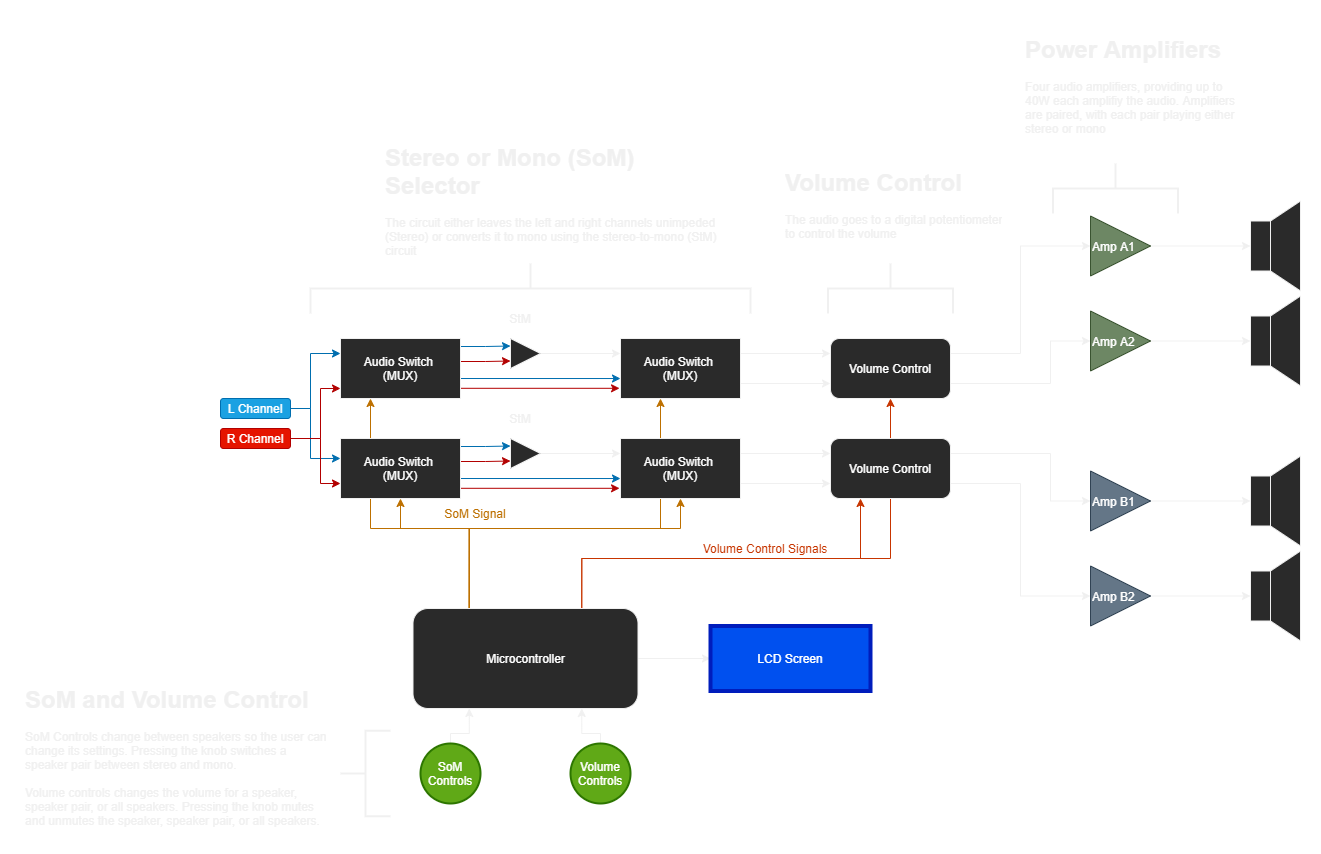
This is Audio Amplifier.png from zlaast/Audio-Amplifier, a draw.io export, as it was before one commit. Source tidied: cells renumbered, new cells last; positions are measured from the earlier drawing's top-left corner, leaving out a move shared by most shapes.
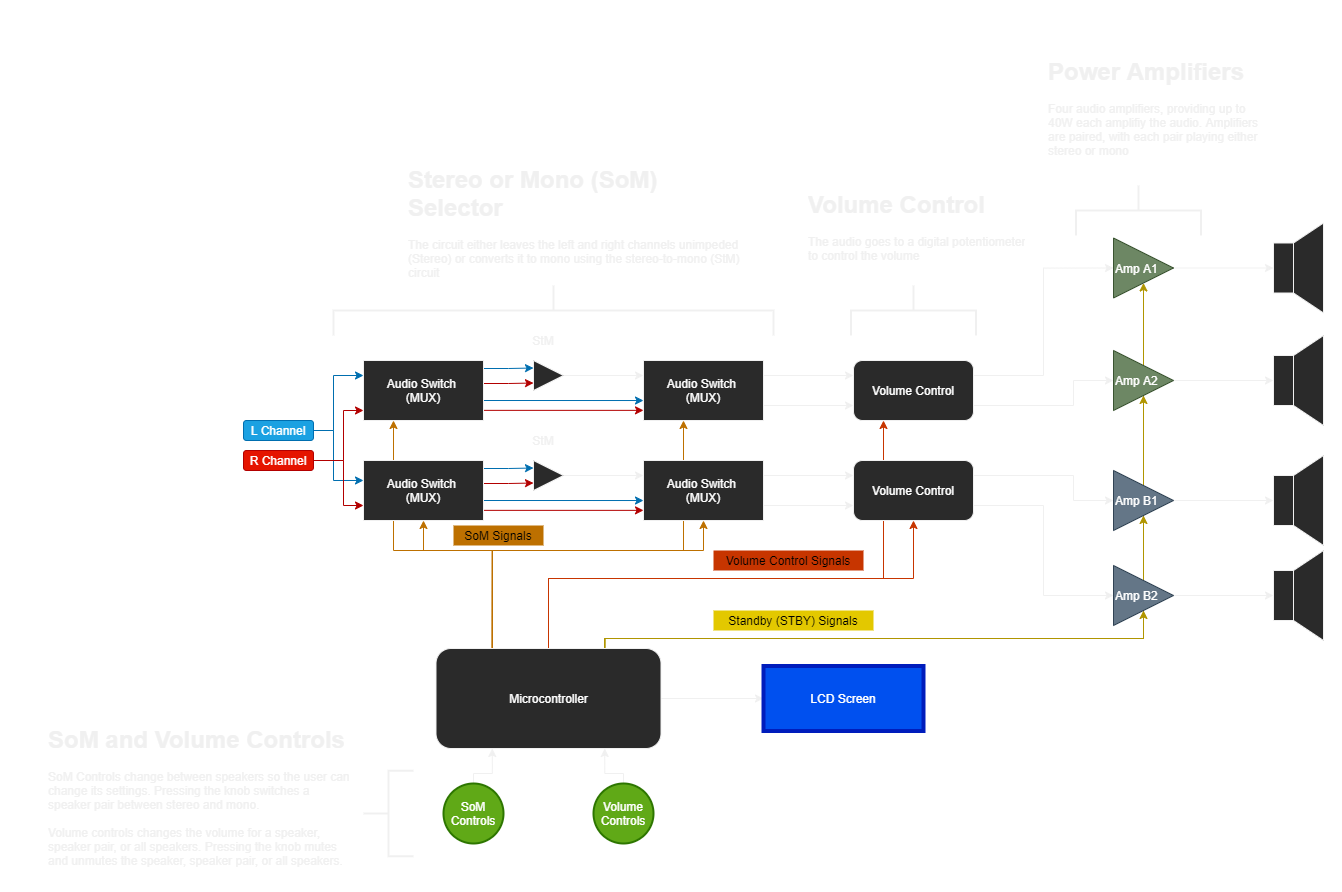
After the commit.

Change to the diagram source:
```diff
@@ -2,6 +2,30 @@
   <root>
     <mxCell id="0" />
     <mxCell id="1" parent="0" />
+    <mxCell id="75" style="edgeStyle=orthogonalEdgeStyle;rounded=0;jettySize=auto;html=1;exitX=0.75;exitY=0;exitDx=0;exitDy=0;entryX=0.5;entryY=1;entryDx=0;entryDy=0;fillColor=#e3c800;strokeColor=#B09500;" parent="1" edge="1" source="33" target="51">
+      <mxGeometry relative="1" as="geometry">
+        <Array as="points">
+          <mxPoint x="561" y="586" />
+          <mxPoint x="1100" y="586" />
+        </Array>
+      </mxGeometry>
+    </mxCell>
+    <mxCell id="76" style="edgeStyle=orthogonalEdgeStyle;rounded=0;jettySize=auto;html=1;exitX=0.75;exitY=0;exitDx=0;exitDy=0;fillColor=#e3c800;strokeColor=#B09500;" parent="1" edge="1" source="33" target="49">
+      <mxGeometry relative="1" as="geometry">
+        <Array as="points">
+          <mxPoint x="561" y="586" />
+          <mxPoint x="1100" y="586" />
+        </Array>
+      </mxGeometry>
+    </mxCell>
+    <mxCell id="77" style="edgeStyle=orthogonalEdgeStyle;rounded=0;jettySize=auto;html=1;exitX=0.75;exitY=0;exitDx=0;exitDy=0;fillColor=#e3c800;strokeColor=#B09500;" parent="1" edge="1" source="33" target="47">
+      <mxGeometry relative="1" as="geometry">
+        <Array as="points">
+          <mxPoint x="561" y="586" />
+          <mxPoint x="1100" y="586" />
+        </Array>
+      </mxGeometry>
+    </mxCell>
     <mxCell id="2" style="edgeStyle=orthogonalEdgeStyle;rounded=0;jettySize=auto;html=1;exitX=1;exitY=0.5;exitDx=0;exitDy=0;fillColor=#1ba1e2;strokeColor=#006EAF;entryX=0;entryY=0.25;entryDx=0;entryDy=0;" parent="1" edge="1" source="4" target="12">
       <mxGeometry relative="1" as="geometry">
         <Array as="points">
@@ -167,27 +191,35 @@
         </Array>
       </mxGeometry>
     </mxCell>
+    <mxCell id="32" style="edgeStyle=orthogonalEdgeStyle;rounded=0;jettySize=auto;html=1;exitX=1;exitY=0.5;exitDx=0;exitDy=0;entryX=0;entryY=0.5;entryDx=0;entryDy=0;fontColor=#FFFFFF;" parent="1" edge="1" source="33" target="62">
+      <mxGeometry relative="1" as="geometry" />
+    </mxCell>
+    <mxCell id="78" style="edgeStyle=orthogonalEdgeStyle;rounded=0;jettySize=auto;html=1;exitX=0.75;exitY=0;exitDx=0;exitDy=0;entryX=0.5;entryY=1;entryDx=0;entryDy=0;fillColor=#e3c800;strokeColor=#B09500;" parent="1" edge="1" source="33" target="53">
+      <mxGeometry relative="1" as="geometry">
+        <Array as="points">
+          <mxPoint x="561" y="586" />
+          <mxPoint x="1100" y="586" />
+        </Array>
+      </mxGeometry>
+    </mxCell>
+    <mxCell id="31" style="edgeStyle=orthogonalEdgeStyle;rounded=0;jettySize=auto;html=1;exitX=0.5;exitY=0;exitDx=0;exitDy=0;entryX=0.25;entryY=1;entryDx=0;entryDy=0;fillColor=#fa6800;strokeColor=#C73500;" parent="1" edge="1" source="33" target="45">
+      <mxGeometry relative="1" as="geometry">
+        <Array as="points">
+          <mxPoint x="505" y="526" />
+          <mxPoint x="840" y="526" />
+        </Array>
+      </mxGeometry>
+    </mxCell>
-    <mxCell id="30" style="edgeStyle=orthogonalEdgeStyle;rounded=0;jettySize=auto;html=1;exitX=0.75;exitY=0;exitDx=0;exitDy=0;entryX=0.25;entryY=1;entryDx=0;entryDy=0;fontColor=#FFFFFF;fillColor=#fa6800;strokeColor=#C73500;" parent="1" edge="1" source="33" target="41">
+    <mxCell id="30" style="edgeStyle=orthogonalEdgeStyle;rounded=0;jettySize=auto;html=1;exitX=0.5;exitY=0;exitDx=0;exitDy=0;entryX=0.5;entryY=1;entryDx=0;entryDy=0;fillColor=#fa6800;strokeColor=#C73500;" parent="1" edge="1" source="33" target="41">
       <mxGeometry relative="1" as="geometry">
         <Array as="points">
-          <mxPoint x="561" y="528" />
-          <mxPoint x="840" y="528" />
+          <mxPoint x="505" y="526" />
+          <mxPoint x="870" y="526" />
         </Array>
       </mxGeometry>
     </mxCell>
-    <mxCell id="31" style="edgeStyle=orthogonalEdgeStyle;rounded=0;jettySize=auto;html=1;exitX=0.75;exitY=0;exitDx=0;exitDy=0;entryX=0.5;entryY=1;entryDx=0;entryDy=0;fontColor=#FFFFFF;fillColor=#fa6800;strokeColor=#C73500;" parent="1" edge="1" source="33" target="45">
-      <mxGeometry relative="1" as="geometry">
-        <Array as="points">
-          <mxPoint x="561" y="528" />
-          <mxPoint x="870" y="528" />
-        </Array>
-      </mxGeometry>
-    </mxCell>
-    <mxCell id="32" style="edgeStyle=orthogonalEdgeStyle;rounded=0;jettySize=auto;html=1;exitX=1;exitY=0.5;exitDx=0;exitDy=0;entryX=0;entryY=0.5;entryDx=0;entryDy=0;fontColor=#FFFFFF;" parent="1" edge="1" source="33" target="62">
-      <mxGeometry relative="1" as="geometry" />
-    </mxCell>
     <mxCell id="33" value="&lt;font color=&quot;#ffffff&quot;&gt;Microcontroller&lt;/font&gt;" style="rounded=1;whiteSpace=wrap;html=1;strokeColor=#f0f0f0;fillColor=#2a2a2a;" parent="1" vertex="1">
-      <mxGeometry x="392.5" y="578" width="225" height="100" as="geometry" />
+      <mxGeometry x="392.5" y="596" width="225" height="100" as="geometry" />
     </mxCell>
     <mxCell id="34" value="&lt;font color=&quot;#ffffff&quot;&gt;Audio Switch &lt;br&gt;(MUX)&lt;/font&gt;" style="rounded=0;whiteSpace=wrap;html=1;strokeColor=#f0f0f0;fillColor=#2a2a2a;" parent="1" vertex="1">
       <mxGeometry x="320" y="408" width="120" height="60" as="geometry" />
@@ -201,32 +233,30 @@
     <mxCell id="37" value="&lt;font color=&quot;#ffffff&quot;&gt;Audio Switch &lt;br&gt;(MUX)&lt;/font&gt;" style="rounded=0;whiteSpace=wrap;html=1;strokeColor=#f0f0f0;fillColor=#2a2a2a;" parent="1" vertex="1">
       <mxGeometry x="600" y="408" width="120" height="60" as="geometry" />
     </mxCell>
-    <mxCell id="38" value="SoM Signal" style="text;html=1;strokeColor=none;fillColor=none;align=center;verticalAlign=middle;whiteSpace=wrap;rounded=0;fontColor=#BD7000;" parent="1" vertex="1">
-      <mxGeometry x="420" y="473" width="70" height="20" as="geometry" />
+    <mxCell id="38" value="SoM Signals" style="text;html=1;align=center;verticalAlign=middle;whiteSpace=wrap;rounded=0;fontColor=#000000;fillColor=#BD7000;" parent="1" vertex="1">
+      <mxGeometry x="410" y="473" width="90" height="20" as="geometry" />
     </mxCell>
+    <mxCell id="40" style="edgeStyle=orthogonalEdgeStyle;rounded=0;jettySize=auto;html=1;exitX=1;exitY=0.75;exitDx=0;exitDy=0;entryX=0;entryY=0.5;entryDx=0;entryDy=0;fontColor=#C73500;" parent="1" edge="1" source="41" target="53">
+      <mxGeometry relative="1" as="geometry">
+        <Array as="points">
+          <mxPoint x="1000" y="453" />
+          <mxPoint x="1000" y="543" />
+        </Array>
+      </mxGeometry>
+    </mxCell>
-    <mxCell id="39" style="edgeStyle=orthogonalEdgeStyle;rounded=0;jettySize=auto;html=1;exitX=1;exitY=0.25;exitDx=0;exitDy=0;entryX=0;entryY=0.5;entryDx=0;entryDy=0;fontColor=#C73500;" parent="1" edge="1" source="41" target="51">
+    <mxCell id="39" style="edgeStyle=orthogonalEdgeStyle;rounded=0;jettySize=auto;html=1;exitX=1;exitY=0.25;exitDx=0;exitDy=0;entryX=0;entryY=0.5;entryDx=0;entryDy=0;" parent="1" edge="1" source="41" target="51">
       <mxGeometry relative="1" as="geometry">
         <Array as="points">
           <mxPoint x="1030" y="423" />
-          <mxPoint x="1030" y="471" />
-          <mxPoint x="1070" y="471" />
+          <mxPoint x="1030" y="448" />
         </Array>
       </mxGeometry>
     </mxCell>
-    <mxCell id="40" style="edgeStyle=orthogonalEdgeStyle;rounded=0;jettySize=auto;html=1;exitX=1;exitY=0.75;exitDx=0;exitDy=0;entryX=0;entryY=0.5;entryDx=0;entryDy=0;fontColor=#C73500;" parent="1" edge="1" source="41" target="53">
-      <mxGeometry relative="1" as="geometry">
-        <Array as="points">
-          <mxPoint x="1000" y="453" />
-          <mxPoint x="1000" y="566" />
-          <mxPoint x="1070" y="566" />
-        </Array>
-      </mxGeometry>
-    </mxCell>
     <mxCell id="41" value="&lt;font color=&quot;#ffffff&quot;&gt;Volume Control&lt;/font&gt;" style="rounded=1;whiteSpace=wrap;html=1;fontColor=#BD7000;strokeColor=#f0f0f0;fillColor=#2a2a2a;" parent="1" vertex="1">
       <mxGeometry x="810" y="408" width="120" height="60" as="geometry" />
     </mxCell>
-    <mxCell id="42" value="Volume Control Signals" style="text;html=1;strokeColor=none;fillColor=none;align=center;verticalAlign=middle;whiteSpace=wrap;rounded=0;fontColor=#C73500;" parent="1" vertex="1">
-      <mxGeometry x="670" y="508" width="150" height="20" as="geometry" />
+    <mxCell id="42" value="Volume Control Signals" style="text;html=1;align=center;verticalAlign=middle;whiteSpace=wrap;rounded=0;fontColor=#000000;fillColor=#C73500;" parent="1" vertex="1">
+      <mxGeometry x="670" y="498" width="150" height="20" as="geometry" />
     </mxCell>
     <mxCell id="43" style="edgeStyle=orthogonalEdgeStyle;rounded=0;jettySize=auto;html=1;exitX=1;exitY=0.25;exitDx=0;exitDy=0;entryX=0;entryY=0.5;entryDx=0;entryDy=0;fontColor=#C73500;" parent="1" edge="1" source="45" target="47">
       <mxGeometry relative="1" as="geometry" />
@@ -235,8 +265,7 @@
       <mxGeometry relative="1" as="geometry">
         <Array as="points">
           <mxPoint x="1030" y="353" />
-          <mxPoint x="1030" y="311" />
-          <mxPoint x="1070" y="311" />
+          <mxPoint x="1030" y="328" />
         </Array>
       </mxGeometry>
     </mxCell>
@@ -253,19 +282,19 @@
       <mxGeometry relative="1" as="geometry" />
     </mxCell>
     <mxCell id="49" value="Amp A2" style="triangle;whiteSpace=wrap;html=1;rounded=0;fontColor=#ffffff;strokeColor=#3A5431;fillColor=#6d8764;align=left;" parent="1" vertex="1">
-      <mxGeometry x="1070" y="280.5" width="60" height="60" as="geometry" />
+      <mxGeometry x="1070" y="298" width="60" height="60" as="geometry" />
     </mxCell>
     <mxCell id="50" style="edgeStyle=orthogonalEdgeStyle;rounded=0;jettySize=auto;html=1;exitX=1;exitY=0.5;exitDx=0;exitDy=0;entryX=0;entryY=0.5;entryDx=0;entryDy=0;fontColor=#FFFFFF;" parent="1" edge="1" source="51" target="59">
       <mxGeometry relative="1" as="geometry" />
     </mxCell>
     <mxCell id="51" value="Amp B1" style="triangle;whiteSpace=wrap;html=1;rounded=0;fontColor=#ffffff;strokeColor=#314354;fillColor=#647687;align=left;" parent="1" vertex="1">
-      <mxGeometry x="1070" y="440.5" width="60" height="60" as="geometry" />
+      <mxGeometry x="1070" y="418" width="60" height="60" as="geometry" />
     </mxCell>
     <mxCell id="52" style="edgeStyle=orthogonalEdgeStyle;rounded=0;jettySize=auto;html=1;exitX=1;exitY=0.5;exitDx=0;exitDy=0;entryX=0;entryY=0.5;entryDx=0;entryDy=0;fontColor=#FFFFFF;" parent="1" edge="1" source="53" target="61">
       <mxGeometry relative="1" as="geometry" />
     </mxCell>
     <mxCell id="53" value="Amp B2" style="triangle;whiteSpace=wrap;html=1;rounded=0;fontColor=#ffffff;strokeColor=#314354;fillColor=#647687;align=left;" parent="1" vertex="1">
-      <mxGeometry x="1070" y="535.5" width="60" height="60" as="geometry" />
+      <mxGeometry x="1070" y="513" width="60" height="60" as="geometry" />
     </mxCell>
     <mxCell id="54" style="shape=trapezoid;perimeter=trapezoidPerimeter;whiteSpace=wrap;html=1;fixedSize=1;rounded=0;align=left;rotation=-90;" parent="1" vertex="1">
       <mxGeometry x="1220" y="200.5" width="90" height="30" as="geometry" />
@@ -274,47 +303,47 @@
       <mxGeometry x="1230" y="190.5" width="20" height="50" as="geometry" />
     </mxCell>
     <mxCell id="56" style="shape=trapezoid;perimeter=trapezoidPerimeter;whiteSpace=wrap;html=1;fixedSize=1;rounded=0;align=left;rotation=-90;" parent="1" vertex="1">
-      <mxGeometry x="1220" y="295.5" width="90" height="30" as="geometry" />
+      <mxGeometry x="1220" y="313" width="90" height="30" as="geometry" />
     </mxCell>
     <mxCell id="57" style="rounded=0;whiteSpace=wrap;html=1;align=left;" parent="1" vertex="1">
-      <mxGeometry x="1230" y="285.5" width="20" height="50" as="geometry" />
+      <mxGeometry x="1230" y="303" width="20" height="50" as="geometry" />
     </mxCell>
     <mxCell id="58" style="shape=trapezoid;perimeter=trapezoidPerimeter;whiteSpace=wrap;html=1;fixedSize=1;rounded=0;align=left;rotation=-90;" parent="1" vertex="1">
-      <mxGeometry x="1220" y="455.5" width="90" height="30" as="geometry" />
+      <mxGeometry x="1220" y="433" width="90" height="30" as="geometry" />
     </mxCell>
     <mxCell id="59" style="rounded=0;whiteSpace=wrap;html=1;align=left;" parent="1" vertex="1">
-      <mxGeometry x="1230" y="445.5" width="20" height="50" as="geometry" />
+      <mxGeometry x="1230" y="423" width="20" height="50" as="geometry" />
     </mxCell>
     <mxCell id="60" style="shape=trapezoid;perimeter=trapezoidPerimeter;whiteSpace=wrap;html=1;fixedSize=1;rounded=0;align=left;rotation=-90;" parent="1" vertex="1">
-      <mxGeometry x="1220" y="550.5" width="90" height="30" as="geometry" />
+      <mxGeometry x="1220" y="528" width="90" height="30" as="geometry" />
     </mxCell>
     <mxCell id="61" style="rounded=0;whiteSpace=wrap;html=1;align=left;" parent="1" vertex="1">
-      <mxGeometry x="1230" y="540.5" width="20" height="50" as="geometry" />
+      <mxGeometry x="1230" y="518" width="20" height="50" as="geometry" />
     </mxCell>
     <mxCell id="62" value="LCD Screen" style="rounded=0;whiteSpace=wrap;html=1;fontColor=#ffffff;strokeColor=#001DBC;fillColor=#0050ef;align=center;strokeWidth=4;" parent="1" vertex="1">
-      <mxGeometry x="690" y="595.5" width="160" height="65" as="geometry" />
+      <mxGeometry x="720" y="613.5" width="160" height="65" as="geometry" />
     </mxCell>
     <mxCell id="63" style="edgeStyle=orthogonalEdgeStyle;rounded=0;jettySize=auto;html=1;exitX=0.5;exitY=0;exitDx=0;exitDy=0;entryX=0.25;entryY=1;entryDx=0;entryDy=0;fontColor=#FFFFFF;" parent="1" edge="1" source="64" target="33">
       <mxGeometry relative="1" as="geometry">
         <Array as="points">
-          <mxPoint x="430" y="703" />
-          <mxPoint x="449" y="703" />
+          <mxPoint x="430" y="721" />
+          <mxPoint x="449" y="721" />
         </Array>
       </mxGeometry>
     </mxCell>
     <mxCell id="64" value="SoM&lt;br&gt;Controls" style="ellipse;whiteSpace=wrap;html=1;rounded=0;fontColor=#ffffff;strokeColor=#2D7600;strokeWidth=2;fillColor=#60a917;align=center;" parent="1" vertex="1">
-      <mxGeometry x="400" y="713" width="60" height="60" as="geometry" />
+      <mxGeometry x="400" y="731" width="60" height="60" as="geometry" />
     </mxCell>
     <mxCell id="65" style="edgeStyle=orthogonalEdgeStyle;rounded=0;jettySize=auto;html=1;entryX=0.75;entryY=1;entryDx=0;entryDy=0;fontColor=#FFFFFF;" parent="1" edge="1" source="66" target="33">
       <mxGeometry relative="1" as="geometry">
         <Array as="points">
-          <mxPoint x="580" y="703" />
-          <mxPoint x="561" y="703" />
+          <mxPoint x="580" y="721" />
+          <mxPoint x="561" y="721" />
         </Array>
       </mxGeometry>
     </mxCell>
     <mxCell id="66" value="Volume&lt;br&gt;Controls" style="ellipse;whiteSpace=wrap;html=1;rounded=0;fontColor=#ffffff;strokeColor=#2D7600;strokeWidth=2;fillColor=#60a917;align=center;" parent="1" vertex="1">
-      <mxGeometry x="550" y="713" width="60" height="60" as="geometry" />
+      <mxGeometry x="550" y="731" width="60" height="60" as="geometry" />
     </mxCell>
     <mxCell id="67" style="strokeWidth=2;html=1;shape=mxgraph.flowchart.annotation_2;align=left;labelPosition=right;fillColor=#2a2a2a;rotation=90;" parent="1" vertex="1">
       <mxGeometry x="485" y="38" width="50" height="440" as="geometry" />
@@ -335,10 +364,13 @@
       <mxGeometry x="1000" width="230" height="120" as="geometry" />
     </mxCell>
     <mxCell id="73" style="strokeWidth=2;html=1;shape=mxgraph.flowchart.annotation_2;align=left;labelPosition=right;fillColor=#2a2a2a;rotation=0;" parent="1" vertex="1">
-      <mxGeometry x="320" y="700.2" width="50" height="85.5" as="geometry" />
+      <mxGeometry x="320" y="718.2" width="50" height="85.5" as="geometry" />
     </mxCell>
-    <mxCell id="74" value="&lt;h1&gt;SoM and Volume Control&lt;/h1&gt;&lt;p&gt;SoM Controls change between speakers so the user can change its settings. Pressing the knob switches a speaker pair between stereo and mono.&lt;br&gt;&lt;br&gt;Volume controls changes the volume for a speaker, speaker pair, or all speakers. Pressing the knob mutes and unmutes the speaker, speaker pair, or all speakers.&lt;/p&gt;" style="text;html=1;strokeColor=none;fillColor=none;spacing=5;spacingTop=-20;whiteSpace=wrap;overflow=hidden;rounded=0;" parent="1" vertex="1">
-      <mxGeometry y="650" width="310" height="153" as="geometry" />
+    <mxCell id="74" value="&lt;h1&gt;SoM and Volume Controls&lt;/h1&gt;&lt;p&gt;SoM Controls change between speakers so the user can change its settings. Pressing the knob switches a speaker pair between stereo and mono.&lt;br&gt;&lt;br&gt;Volume controls changes the volume for a speaker, speaker pair, or all speakers. Pressing the knob mutes and unmutes the speaker, speaker pair, or all speakers.&lt;/p&gt;" style="text;html=1;strokeColor=none;fillColor=none;spacing=5;spacingTop=-20;whiteSpace=wrap;overflow=hidden;rounded=0;" parent="1" vertex="1">
+      <mxGeometry y="668" width="310" height="153" as="geometry" />
     </mxCell>
+    <mxCell id="79" value="Standby (STBY) Signals" style="text;html=1;fillColor=#e3c800;align=center;verticalAlign=middle;whiteSpace=wrap;rounded=0;fontColor=#000000;" parent="1" vertex="1">
+      <mxGeometry x="670" y="558" width="160" height="20" as="geometry" />
+    </mxCell>
   </root>
 </mxGraphModel>
```
